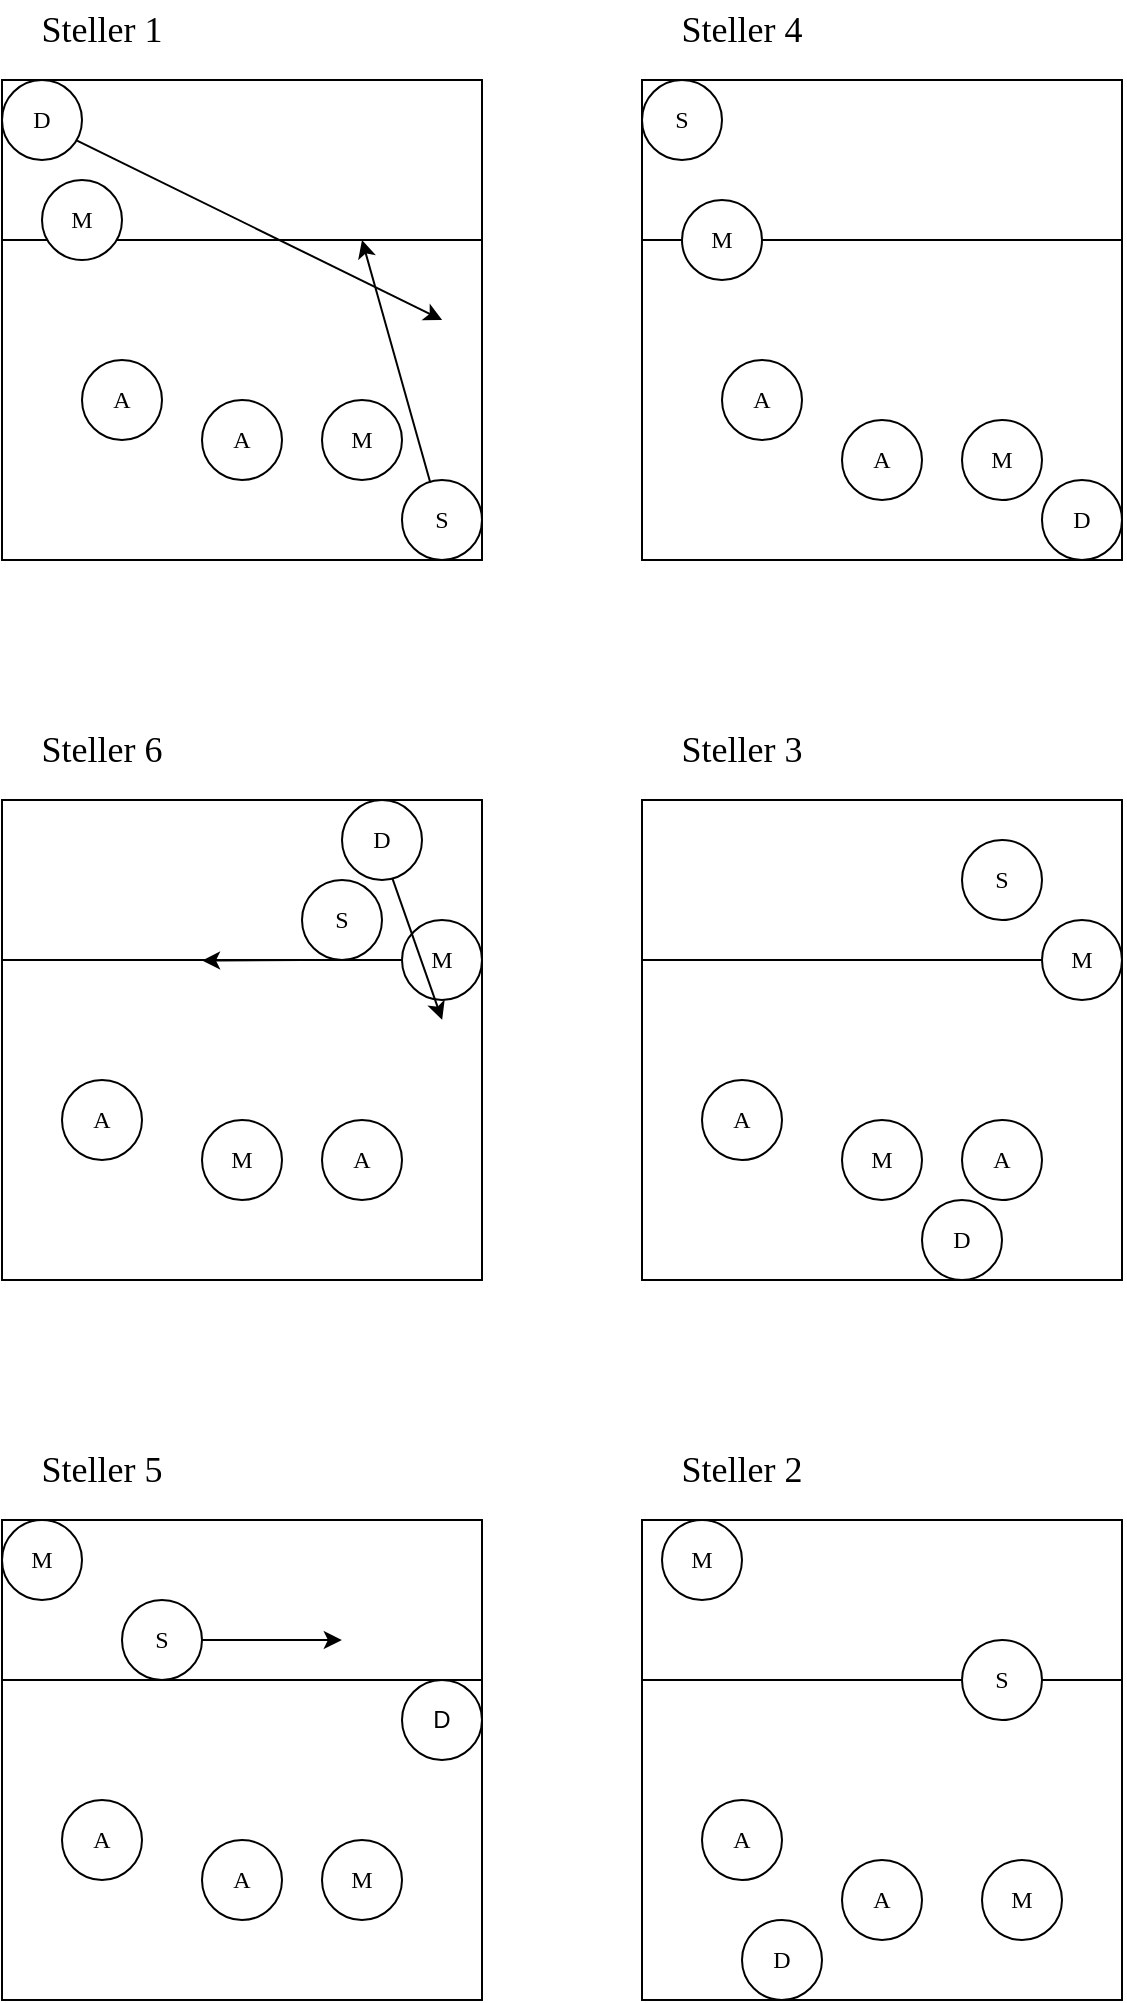
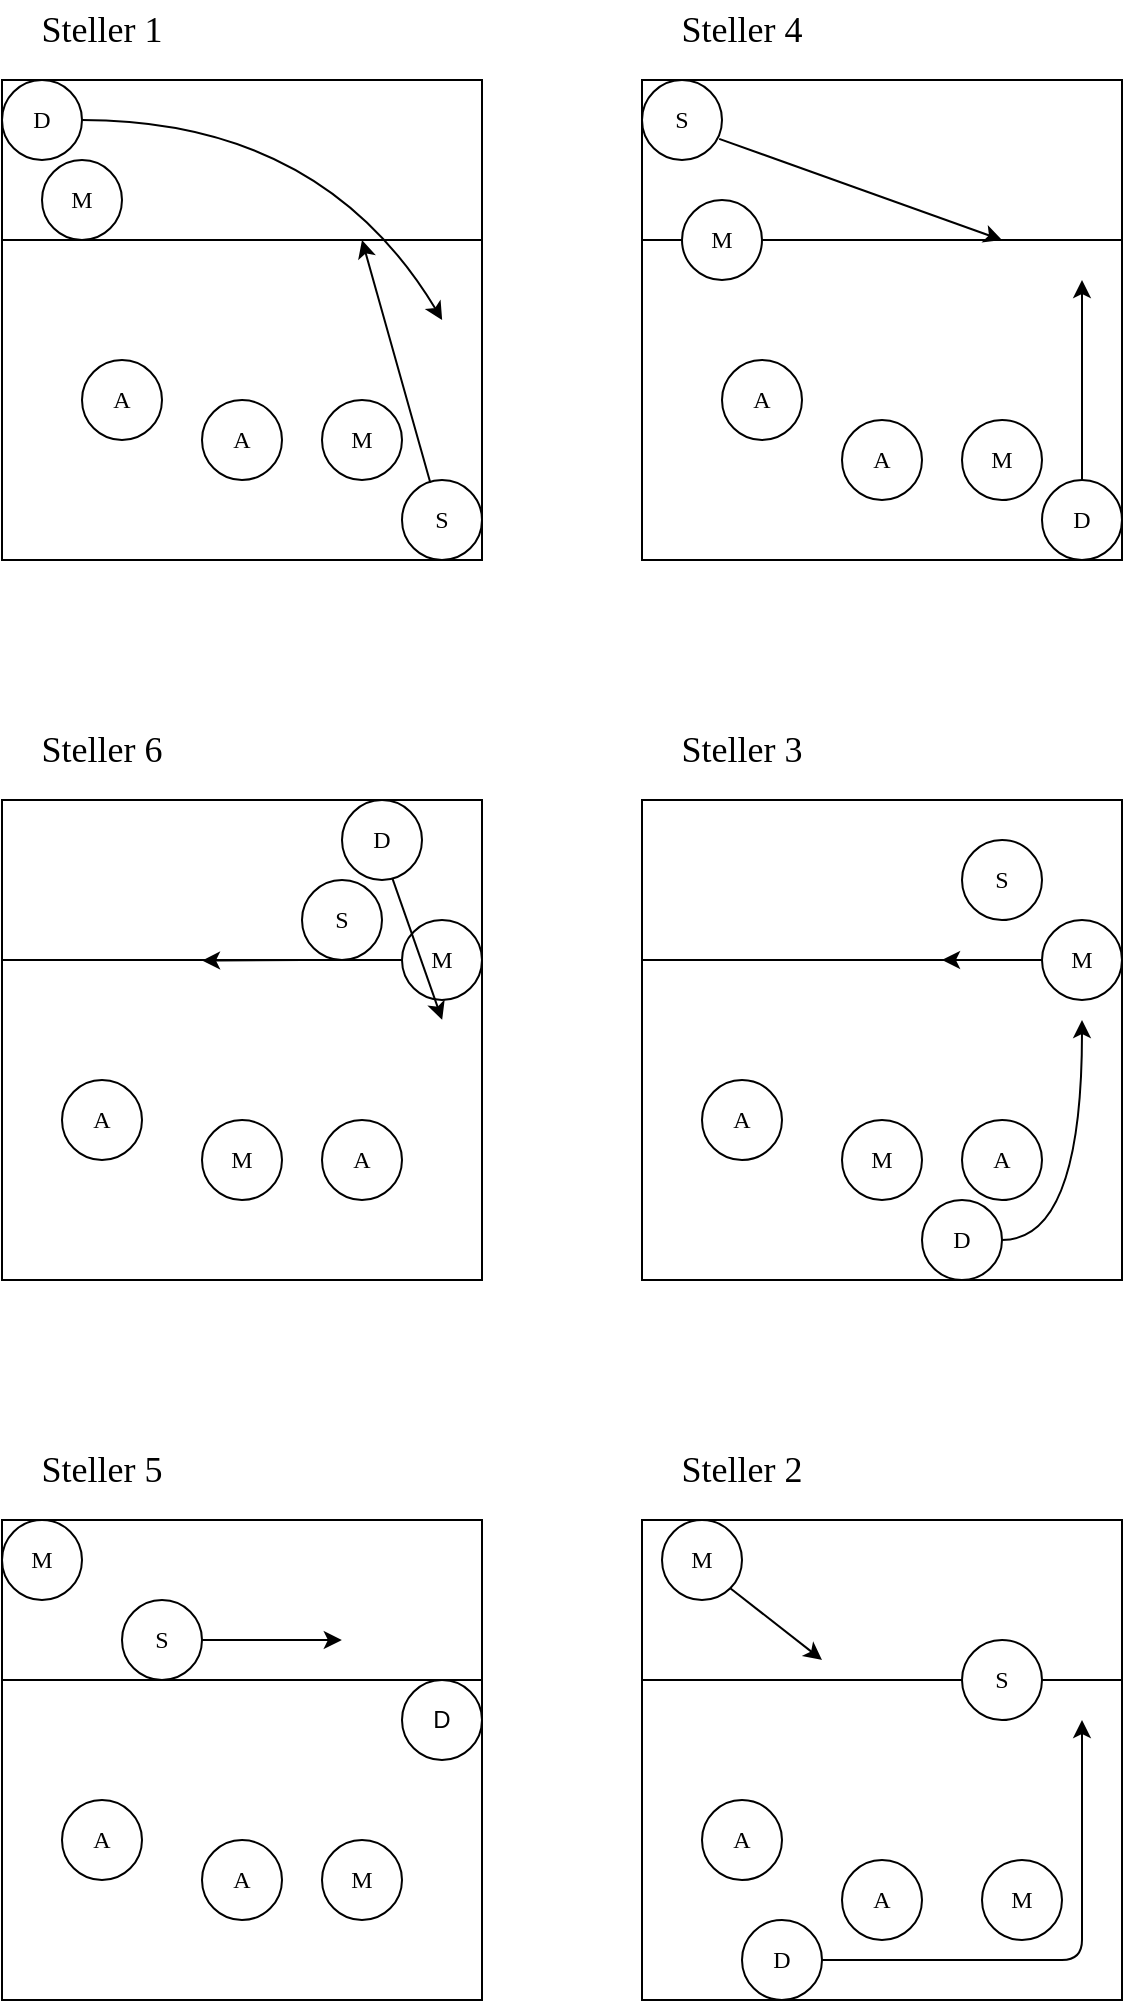
<mxfile host="app.diagrams.net">
  <diagram name="Page-1" id="OZOCQDVCYjE2PKczYgdL">
-     <mxGraphModel dx="1230" dy="669" grid="1" gridSize="10" guides="1" tooltips="1" connect="1" arrows="1" fold="1" page="1" pageScale="1" pageWidth="827" pageHeight="1169" math="0" shadow="0">
+     <mxGraphModel dx="1414" dy="769" grid="1" gridSize="10" guides="1" tooltips="1" connect="1" arrows="1" fold="1" page="1" pageScale="1" pageWidth="827" pageHeight="1169" math="0" shadow="0">
      <root>
        <mxCell id="0" />
        <mxCell id="1" parent="0" />
        <mxCell id="zb2oqQAUZKD-O9AmmNM2-22" connectable="0" parent="1" style="group" value="" vertex="1">
          <mxGeometry height="280" width="240" x="120" y="80" as="geometry" />
        </mxCell>
        <mxCell id="zb2oqQAUZKD-O9AmmNM2-3" connectable="0" parent="zb2oqQAUZKD-O9AmmNM2-22" style="group" value="" vertex="1">
          <mxGeometry height="240" width="240" y="40" as="geometry" />
        </mxCell>
        <mxCell id="zb2oqQAUZKD-O9AmmNM2-1" parent="zb2oqQAUZKD-O9AmmNM2-3" style="rounded=0;whiteSpace=wrap;html=1;" value="" vertex="1">
          <mxGeometry height="240" width="240" as="geometry" />
        </mxCell>
        <mxCell id="zb2oqQAUZKD-O9AmmNM2-2" edge="1" parent="zb2oqQAUZKD-O9AmmNM2-3" style="endArrow=none;html=1;rounded=0;" value="">
          <mxGeometry height="50" relative="1" width="50" as="geometry">
            <mxPoint y="80" as="sourcePoint" />
            <mxPoint x="240" y="80" as="targetPoint" />
          </mxGeometry>
        </mxCell>
        <mxCell id="zb2oqQAUZKD-O9AmmNM2-33" parent="zb2oqQAUZKD-O9AmmNM2-3" style="ellipse;whiteSpace=wrap;html=1;aspect=fixed;" value="&lt;font face=&quot;Fira Code&quot;&gt;S&lt;/font&gt;" vertex="1">
          <mxGeometry height="40" width="40" x="200" y="200" as="geometry" />
        </mxCell>
-         <mxCell id="AQSm3BmQBUWCDuCb71Ed-35" edge="1" parent="zb2oqQAUZKD-O9AmmNM2-3" source="zb2oqQAUZKD-O9AmmNM2-34" style="rounded=0;orthogonalLoop=1;jettySize=auto;html=1;exitX=0.938;exitY=0.757;exitDx=0;exitDy=0;entryX=0.917;entryY=0.5;entryDx=0;entryDy=0;entryPerimeter=0;strokeColor=light-dark(#000000,#97D077);exitPerimeter=0;" target="zb2oqQAUZKD-O9AmmNM2-1">
-           <mxGeometry relative="1" as="geometry">
+         <mxCell id="AQSm3BmQBUWCDuCb71Ed-35" edge="1" parent="zb2oqQAUZKD-O9AmmNM2-3" source="zb2oqQAUZKD-O9AmmNM2-34" style="rounded=0;orthogonalLoop=1;jettySize=auto;html=1;exitX=1;exitY=0.5;exitDx=0;exitDy=0;entryX=0.917;entryY=0.5;entryDx=0;entryDy=0;entryPerimeter=0;strokeColor=light-dark(#000000,#97D077);curved=1;" target="zb2oqQAUZKD-O9AmmNM2-1">
+           <mxGeometry relative="1" as="geometry">
+             <Array as="points">
+               <mxPoint x="160" y="20" />
+             </Array>
            <mxPoint x="220" y="80" as="targetPoint" />
          </mxGeometry>
        </mxCell>
        <mxCell id="zb2oqQAUZKD-O9AmmNM2-34" parent="zb2oqQAUZKD-O9AmmNM2-3" style="ellipse;whiteSpace=wrap;html=1;aspect=fixed;" value="&lt;font face=&quot;Fira Code&quot;&gt;D&lt;/font&gt;" vertex="1">
          <mxGeometry height="40" width="40" as="geometry" />
        </mxCell>
        <mxCell id="zb2oqQAUZKD-O9AmmNM2-38" parent="zb2oqQAUZKD-O9AmmNM2-3" style="ellipse;whiteSpace=wrap;html=1;aspect=fixed;" value="&lt;font face=&quot;Fira Code&quot;&gt;M&lt;/font&gt;" vertex="1">
-           <mxGeometry height="40" width="40" x="20" y="50" as="geometry" />
+           <mxGeometry height="40" width="40" x="20" y="40" as="geometry" />
        </mxCell>
        <mxCell id="zb2oqQAUZKD-O9AmmNM2-35" parent="zb2oqQAUZKD-O9AmmNM2-3" style="ellipse;whiteSpace=wrap;html=1;aspect=fixed;" value="&lt;font face=&quot;Fira Code&quot;&gt;A&lt;/font&gt;" vertex="1">
          <mxGeometry height="40" width="40" x="40" y="140" as="geometry" />
        </mxCell>
        <mxCell id="zb2oqQAUZKD-O9AmmNM2-40" parent="zb2oqQAUZKD-O9AmmNM2-3" style="ellipse;whiteSpace=wrap;html=1;aspect=fixed;" value="&lt;font face=&quot;Fira Code&quot;&gt;A&lt;/font&gt;" vertex="1">
          <mxGeometry height="40" width="40" x="100" y="160" as="geometry" />
        </mxCell>
        <mxCell id="zb2oqQAUZKD-O9AmmNM2-41" parent="zb2oqQAUZKD-O9AmmNM2-3" style="ellipse;whiteSpace=wrap;html=1;aspect=fixed;" value="&lt;font face=&quot;Fira Code&quot;&gt;M&lt;/font&gt;" vertex="1">
          <mxGeometry height="40" width="40" x="160" y="160" as="geometry" />
        </mxCell>
        <mxCell id="zb2oqQAUZKD-O9AmmNM2-21" parent="zb2oqQAUZKD-O9AmmNM2-22" style="text;html=1;whiteSpace=wrap;strokeColor=none;fillColor=none;align=center;verticalAlign=middle;rounded=0;" value="&lt;font face=&quot;Fira Code&quot; style=&quot;font-size: 18px;&quot;&gt;Steller 1&lt;/font&gt;" vertex="1">
          <mxGeometry height="30" width="100" as="geometry" />
        </mxCell>
        <mxCell id="zb2oqQAUZKD-O9AmmNM2-24" connectable="0" parent="1" style="group" value="" vertex="1">
          <mxGeometry height="280" width="240" x="120" y="440" as="geometry" />
        </mxCell>
        <mxCell id="zb2oqQAUZKD-O9AmmNM2-4" connectable="0" parent="zb2oqQAUZKD-O9AmmNM2-24" style="group" value="" vertex="1">
          <mxGeometry height="240" width="240" y="40" as="geometry" />
        </mxCell>
        <mxCell id="zb2oqQAUZKD-O9AmmNM2-5" parent="zb2oqQAUZKD-O9AmmNM2-4" style="rounded=0;whiteSpace=wrap;html=1;" value="" vertex="1">
          <mxGeometry height="240" width="240" as="geometry" />
        </mxCell>
        <mxCell id="zb2oqQAUZKD-O9AmmNM2-6" edge="1" parent="zb2oqQAUZKD-O9AmmNM2-4" style="endArrow=none;html=1;rounded=0;" value="">
          <mxGeometry height="50" relative="1" width="50" as="geometry">
            <mxPoint y="80" as="sourcePoint" />
            <mxPoint x="240" y="80" as="targetPoint" />
          </mxGeometry>
        </mxCell>
        <mxCell id="zb2oqQAUZKD-O9AmmNM2-42" parent="zb2oqQAUZKD-O9AmmNM2-4" style="ellipse;whiteSpace=wrap;html=1;aspect=fixed;" value="&lt;font face=&quot;Fira Code&quot;&gt;S&lt;/font&gt;" vertex="1">
          <mxGeometry height="40" width="40" x="150" y="40" as="geometry" />
        </mxCell>
        <mxCell id="zb2oqQAUZKD-O9AmmNM2-43" parent="zb2oqQAUZKD-O9AmmNM2-4" style="ellipse;whiteSpace=wrap;html=1;aspect=fixed;" value="&lt;font face=&quot;Fira Code&quot;&gt;A&lt;/font&gt;" vertex="1">
          <mxGeometry height="40" width="40" x="160" y="160" as="geometry" />
        </mxCell>
        <mxCell id="zb2oqQAUZKD-O9AmmNM2-44" parent="zb2oqQAUZKD-O9AmmNM2-4" style="ellipse;whiteSpace=wrap;html=1;aspect=fixed;" value="&lt;font face=&quot;Fira Code&quot;&gt;M&lt;/font&gt;" vertex="1">
          <mxGeometry height="40" width="40" x="100" y="160" as="geometry" />
        </mxCell>
        <mxCell id="zb2oqQAUZKD-O9AmmNM2-45" parent="zb2oqQAUZKD-O9AmmNM2-4" style="ellipse;whiteSpace=wrap;html=1;aspect=fixed;" value="&lt;font face=&quot;Fira Code&quot;&gt;A&lt;/font&gt;" vertex="1">
          <mxGeometry height="40" width="40" x="30" y="140" as="geometry" />
        </mxCell>
        <mxCell id="AQSm3BmQBUWCDuCb71Ed-36" edge="1" parent="zb2oqQAUZKD-O9AmmNM2-4" source="zb2oqQAUZKD-O9AmmNM2-46" style="edgeStyle=orthogonalEdgeStyle;rounded=0;orthogonalLoop=1;jettySize=auto;html=1;exitX=0;exitY=0.5;exitDx=0;exitDy=0;fillColor=#60a917;strokeColor=light-dark(#000000,#97D077);">
          <mxGeometry relative="1" as="geometry">
            <mxPoint x="100" y="80.30769230769238" as="targetPoint" />
          </mxGeometry>
        </mxCell>
        <mxCell id="zb2oqQAUZKD-O9AmmNM2-46" parent="zb2oqQAUZKD-O9AmmNM2-4" style="ellipse;whiteSpace=wrap;html=1;aspect=fixed;" value="&lt;font face=&quot;Fira Code&quot;&gt;M&lt;/font&gt;" vertex="1">
          <mxGeometry height="40" width="40" x="200" y="60" as="geometry" />
        </mxCell>
        <mxCell id="zb2oqQAUZKD-O9AmmNM2-47" parent="zb2oqQAUZKD-O9AmmNM2-4" style="ellipse;whiteSpace=wrap;html=1;aspect=fixed;" value="&lt;font face=&quot;Fira Code&quot;&gt;D&lt;/font&gt;" vertex="1">
          <mxGeometry height="40" width="40" x="170" as="geometry" />
        </mxCell>
        <mxCell id="AQSm3BmQBUWCDuCb71Ed-39" edge="1" parent="zb2oqQAUZKD-O9AmmNM2-4" source="zb2oqQAUZKD-O9AmmNM2-47" style="endArrow=classic;html=1;rounded=0;entryX=0.917;entryY=0.458;entryDx=0;entryDy=0;entryPerimeter=0;exitX=0.631;exitY=0.983;exitDx=0;exitDy=0;exitPerimeter=0;strokeColor=light-dark(#000000,#97D077);" target="zb2oqQAUZKD-O9AmmNM2-5" value="">
          <mxGeometry height="50" relative="1" width="50" as="geometry">
            <mxPoint x="190" y="90" as="sourcePoint" />
            <mxPoint x="240" y="40" as="targetPoint" />
          </mxGeometry>
        </mxCell>
        <mxCell id="zb2oqQAUZKD-O9AmmNM2-23" parent="zb2oqQAUZKD-O9AmmNM2-24" style="text;html=1;whiteSpace=wrap;strokeColor=none;fillColor=none;align=center;verticalAlign=middle;rounded=0;" value="&lt;font face=&quot;Fira Code&quot; style=&quot;font-size: 18px;&quot;&gt;Steller 6&lt;/font&gt;" vertex="1">
          <mxGeometry height="30" width="100" as="geometry" />
        </mxCell>
        <mxCell id="zb2oqQAUZKD-O9AmmNM2-26" connectable="0" parent="1" style="group" value="" vertex="1">
          <mxGeometry height="280" width="240" x="120" y="800" as="geometry" />
        </mxCell>
        <mxCell id="zb2oqQAUZKD-O9AmmNM2-7" connectable="0" parent="zb2oqQAUZKD-O9AmmNM2-26" style="group" value="" vertex="1">
          <mxGeometry height="240" width="240" y="40" as="geometry" />
        </mxCell>
        <mxCell id="zb2oqQAUZKD-O9AmmNM2-8" parent="zb2oqQAUZKD-O9AmmNM2-7" style="rounded=0;whiteSpace=wrap;html=1;" value="" vertex="1">
          <mxGeometry height="240" width="240" as="geometry" />
        </mxCell>
        <mxCell id="zb2oqQAUZKD-O9AmmNM2-9" edge="1" parent="zb2oqQAUZKD-O9AmmNM2-7" style="endArrow=none;html=1;rounded=0;" value="">
          <mxGeometry height="50" relative="1" width="50" as="geometry">
            <mxPoint y="80" as="sourcePoint" />
            <mxPoint x="240" y="80" as="targetPoint" />
          </mxGeometry>
        </mxCell>
        <mxCell id="AQSm3BmQBUWCDuCb71Ed-1" parent="zb2oqQAUZKD-O9AmmNM2-7" style="ellipse;whiteSpace=wrap;html=1;aspect=fixed;direction=south;" value="&lt;font face=&quot;Fira Code&quot;&gt;S&lt;/font&gt;" vertex="1">
          <mxGeometry height="40" width="40" x="60" y="40" as="geometry" />
        </mxCell>
        <mxCell id="AQSm3BmQBUWCDuCb71Ed-2" parent="zb2oqQAUZKD-O9AmmNM2-7" style="ellipse;whiteSpace=wrap;html=1;aspect=fixed;" value="&lt;font face=&quot;Fira Code&quot;&gt;M&lt;/font&gt;" vertex="1">
          <mxGeometry height="40" width="40" as="geometry" />
        </mxCell>
        <mxCell id="AQSm3BmQBUWCDuCb71Ed-3" parent="zb2oqQAUZKD-O9AmmNM2-7" style="ellipse;whiteSpace=wrap;html=1;aspect=fixed;" value="&lt;font face=&quot;Fira Code&quot;&gt;M&lt;/font&gt;" vertex="1">
          <mxGeometry height="40" width="40" x="160" y="160" as="geometry" />
        </mxCell>
        <mxCell id="AQSm3BmQBUWCDuCb71Ed-4" parent="zb2oqQAUZKD-O9AmmNM2-7" style="ellipse;whiteSpace=wrap;html=1;aspect=fixed;" value="&lt;font face=&quot;Fira Code&quot;&gt;A&lt;/font&gt;" vertex="1">
          <mxGeometry height="40" width="40" x="100" y="160" as="geometry" />
        </mxCell>
        <mxCell id="AQSm3BmQBUWCDuCb71Ed-5" parent="zb2oqQAUZKD-O9AmmNM2-7" style="ellipse;whiteSpace=wrap;html=1;aspect=fixed;" value="&lt;font face=&quot;Fira Code&quot;&gt;A&lt;/font&gt;" vertex="1">
          <mxGeometry height="40" width="40" x="30" y="140" as="geometry" />
        </mxCell>
        <mxCell id="AQSm3BmQBUWCDuCb71Ed-6" parent="zb2oqQAUZKD-O9AmmNM2-7" style="ellipse;whiteSpace=wrap;html=1;aspect=fixed;" value="D" vertex="1">
          <mxGeometry height="40" width="40" x="200" y="80" as="geometry" />
        </mxCell>
        <mxCell id="AQSm3BmQBUWCDuCb71Ed-41" edge="1" parent="zb2oqQAUZKD-O9AmmNM2-7" source="AQSm3BmQBUWCDuCb71Ed-1" style="endArrow=classic;html=1;rounded=0;exitX=0.5;exitY=0;exitDx=0;exitDy=0;entryX=0.708;entryY=0.25;entryDx=0;entryDy=0;entryPerimeter=0;strokeColor=light-dark(#000000,#97D077);" target="zb2oqQAUZKD-O9AmmNM2-8" value="">
          <mxGeometry height="50" relative="1" width="50" as="geometry">
            <mxPoint y="60" as="sourcePoint" />
            <mxPoint x="170" y="80" as="targetPoint" />
          </mxGeometry>
        </mxCell>
        <mxCell id="zb2oqQAUZKD-O9AmmNM2-25" parent="zb2oqQAUZKD-O9AmmNM2-26" style="text;html=1;whiteSpace=wrap;strokeColor=none;fillColor=none;align=center;verticalAlign=middle;rounded=0;" value="&lt;font face=&quot;Fira Code&quot; style=&quot;font-size: 18px;&quot;&gt;Steller 5&lt;/font&gt;" vertex="1">
          <mxGeometry height="30" width="100" as="geometry" />
        </mxCell>
        <mxCell id="zb2oqQAUZKD-O9AmmNM2-28" connectable="0" parent="1" style="group" value="" vertex="1">
          <mxGeometry height="280" width="240" x="440" y="80" as="geometry" />
        </mxCell>
        <mxCell id="zb2oqQAUZKD-O9AmmNM2-10" connectable="0" parent="zb2oqQAUZKD-O9AmmNM2-28" style="group" value="" vertex="1">
          <mxGeometry height="240" width="240" y="40" as="geometry" />
        </mxCell>
        <mxCell id="zb2oqQAUZKD-O9AmmNM2-11" parent="zb2oqQAUZKD-O9AmmNM2-10" style="rounded=0;whiteSpace=wrap;html=1;" value="" vertex="1">
          <mxGeometry height="240" width="240" as="geometry" />
        </mxCell>
        <mxCell id="zb2oqQAUZKD-O9AmmNM2-12" edge="1" parent="zb2oqQAUZKD-O9AmmNM2-10" style="endArrow=none;html=1;rounded=0;" value="">
          <mxGeometry height="50" relative="1" width="50" as="geometry">
            <mxPoint y="80" as="sourcePoint" />
            <mxPoint x="240" y="80" as="targetPoint" />
          </mxGeometry>
        </mxCell>
        <mxCell id="AQSm3BmQBUWCDuCb71Ed-7" parent="zb2oqQAUZKD-O9AmmNM2-10" style="ellipse;whiteSpace=wrap;html=1;aspect=fixed;" value="&lt;font face=&quot;Fira Code&quot;&gt;S&lt;/font&gt;" vertex="1">
          <mxGeometry height="40" width="40" as="geometry" />
        </mxCell>
        <mxCell id="AQSm3BmQBUWCDuCb71Ed-9" parent="zb2oqQAUZKD-O9AmmNM2-10" style="ellipse;whiteSpace=wrap;html=1;aspect=fixed;" value="&lt;font face=&quot;Fira Code&quot;&gt;D&lt;/font&gt;" vertex="1">
          <mxGeometry height="40" width="40" x="200" y="200" as="geometry" />
        </mxCell>
        <mxCell id="AQSm3BmQBUWCDuCb71Ed-11" parent="zb2oqQAUZKD-O9AmmNM2-10" style="ellipse;whiteSpace=wrap;html=1;aspect=fixed;" value="&lt;font face=&quot;Fira Code&quot;&gt;M&lt;/font&gt;" vertex="1">
          <mxGeometry height="40" width="40" x="20" y="60" as="geometry" />
        </mxCell>
        <mxCell id="AQSm3BmQBUWCDuCb71Ed-12" parent="zb2oqQAUZKD-O9AmmNM2-10" style="ellipse;whiteSpace=wrap;html=1;aspect=fixed;" value="&lt;font face=&quot;Fira Code&quot;&gt;M&lt;/font&gt;" vertex="1">
          <mxGeometry height="40" width="40" x="160" y="170" as="geometry" />
        </mxCell>
        <mxCell id="AQSm3BmQBUWCDuCb71Ed-10" parent="zb2oqQAUZKD-O9AmmNM2-10" style="ellipse;whiteSpace=wrap;html=1;aspect=fixed;" value="&lt;font face=&quot;Fira Code&quot;&gt;A&lt;/font&gt;" vertex="1">
          <mxGeometry height="40" width="40" x="40" y="140" as="geometry" />
        </mxCell>
        <mxCell id="AQSm3BmQBUWCDuCb71Ed-13" parent="zb2oqQAUZKD-O9AmmNM2-10" style="ellipse;whiteSpace=wrap;html=1;aspect=fixed;" value="&lt;font face=&quot;Fira Code&quot;&gt;A&lt;/font&gt;" vertex="1">
          <mxGeometry height="40" width="40" x="100" y="170" as="geometry" />
        </mxCell>
+         <mxCell id="AQSm3BmQBUWCDuCb71Ed-42" edge="1" parent="zb2oqQAUZKD-O9AmmNM2-10" source="AQSm3BmQBUWCDuCb71Ed-9" style="endArrow=classic;html=1;rounded=0;exitX=0.5;exitY=0;exitDx=0;exitDy=0;strokeColor=light-dark(#000000,#97D077);" value="">
+           <mxGeometry height="50" relative="1" width="50" as="geometry">
+             <mxPoint x="-40" y="80" as="sourcePoint" />
+             <mxPoint x="220" y="100" as="targetPoint" />
+           </mxGeometry>
+         </mxCell>
        <mxCell id="zb2oqQAUZKD-O9AmmNM2-27" parent="zb2oqQAUZKD-O9AmmNM2-28" style="text;html=1;whiteSpace=wrap;strokeColor=none;fillColor=none;align=center;verticalAlign=middle;rounded=0;" value="&lt;font face=&quot;Fira Code&quot; style=&quot;font-size: 18px;&quot;&gt;Steller 4&lt;/font&gt;" vertex="1">
          <mxGeometry height="30" width="100" as="geometry" />
        </mxCell>
        <mxCell id="zb2oqQAUZKD-O9AmmNM2-30" connectable="0" parent="1" style="group" value="" vertex="1">
          <mxGeometry height="280" width="240" x="440" y="440" as="geometry" />
        </mxCell>
        <mxCell id="zb2oqQAUZKD-O9AmmNM2-13" connectable="0" parent="zb2oqQAUZKD-O9AmmNM2-30" style="group" value="" vertex="1">
          <mxGeometry height="240" width="240" y="40" as="geometry" />
        </mxCell>
        <mxCell id="zb2oqQAUZKD-O9AmmNM2-14" parent="zb2oqQAUZKD-O9AmmNM2-13" style="rounded=0;whiteSpace=wrap;html=1;" value="" vertex="1">
          <mxGeometry height="240" width="240" as="geometry" />
        </mxCell>
        <mxCell id="zb2oqQAUZKD-O9AmmNM2-15" edge="1" parent="zb2oqQAUZKD-O9AmmNM2-13" style="endArrow=none;html=1;rounded=0;" value="">
          <mxGeometry height="50" relative="1" width="50" as="geometry">
            <mxPoint y="80" as="sourcePoint" />
            <mxPoint x="240" y="80" as="targetPoint" />
          </mxGeometry>
        </mxCell>
        <mxCell id="AQSm3BmQBUWCDuCb71Ed-14" parent="zb2oqQAUZKD-O9AmmNM2-13" style="ellipse;whiteSpace=wrap;html=1;aspect=fixed;" value="&lt;font face=&quot;Fira Code&quot;&gt;S&lt;/font&gt;" vertex="1">
          <mxGeometry height="40" width="40" x="160" y="20" as="geometry" />
        </mxCell>
        <mxCell id="AQSm3BmQBUWCDuCb71Ed-15" parent="zb2oqQAUZKD-O9AmmNM2-13" style="ellipse;whiteSpace=wrap;html=1;aspect=fixed;" value="&lt;font face=&quot;Fira Code&quot;&gt;D&lt;/font&gt;" vertex="1">
          <mxGeometry height="40" width="40" x="140" y="200" as="geometry" />
        </mxCell>
        <mxCell id="AQSm3BmQBUWCDuCb71Ed-16" parent="zb2oqQAUZKD-O9AmmNM2-13" style="ellipse;whiteSpace=wrap;html=1;aspect=fixed;" value="&lt;font face=&quot;Fira Code&quot;&gt;A&lt;/font&gt;" vertex="1">
          <mxGeometry height="40" width="40" x="160" y="160" as="geometry" />
        </mxCell>
        <mxCell id="AQSm3BmQBUWCDuCb71Ed-17" parent="zb2oqQAUZKD-O9AmmNM2-13" style="ellipse;whiteSpace=wrap;html=1;aspect=fixed;" value="&lt;font face=&quot;Fira Code&quot;&gt;M&lt;/font&gt;" vertex="1">
          <mxGeometry height="40" width="40" x="100" y="160" as="geometry" />
        </mxCell>
+         <mxCell id="AQSm3BmQBUWCDuCb71Ed-46" edge="1" parent="zb2oqQAUZKD-O9AmmNM2-13" source="AQSm3BmQBUWCDuCb71Ed-18" style="edgeStyle=orthogonalEdgeStyle;rounded=0;orthogonalLoop=1;jettySize=auto;html=1;strokeColor=light-dark(#000000,#97D077);">
+           <mxGeometry relative="1" as="geometry">
+             <mxPoint x="150" y="80" as="targetPoint" />
+           </mxGeometry>
+         </mxCell>
        <mxCell id="AQSm3BmQBUWCDuCb71Ed-18" parent="zb2oqQAUZKD-O9AmmNM2-13" style="ellipse;whiteSpace=wrap;html=1;aspect=fixed;" value="&lt;font face=&quot;Fira Code&quot;&gt;M&lt;/font&gt;" vertex="1">
          <mxGeometry height="40" width="40" x="200" y="60" as="geometry" />
        </mxCell>
        <mxCell id="AQSm3BmQBUWCDuCb71Ed-20" parent="zb2oqQAUZKD-O9AmmNM2-13" style="ellipse;whiteSpace=wrap;html=1;aspect=fixed;" value="&lt;font face=&quot;Fira Code&quot;&gt;A&lt;/font&gt;" vertex="1">
          <mxGeometry height="40" width="40" x="30" y="140" as="geometry" />
        </mxCell>
+         <mxCell id="AQSm3BmQBUWCDuCb71Ed-44" edge="1" parent="zb2oqQAUZKD-O9AmmNM2-13" style="endArrow=classic;html=1;rounded=0;edgeStyle=orthogonalEdgeStyle;curved=1;strokeColor=light-dark(#000000,#97D077);" value="">
+           <mxGeometry height="50" relative="1" width="50" as="geometry">
+             <Array as="points">
+               <mxPoint x="220" y="220" />
+             </Array>
+             <mxPoint x="180" y="220" as="sourcePoint" />
+             <mxPoint x="220" y="110" as="targetPoint" />
+           </mxGeometry>
+         </mxCell>
        <mxCell id="zb2oqQAUZKD-O9AmmNM2-29" parent="zb2oqQAUZKD-O9AmmNM2-30" style="text;html=1;whiteSpace=wrap;strokeColor=none;fillColor=none;align=center;verticalAlign=middle;rounded=0;" value="&lt;font face=&quot;Fira Code&quot; style=&quot;font-size: 18px;&quot;&gt;Steller 3&lt;/font&gt;" vertex="1">
          <mxGeometry height="30" width="100" as="geometry" />
        </mxCell>
        <mxCell id="zb2oqQAUZKD-O9AmmNM2-32" connectable="0" parent="1" style="group" value="" vertex="1">
          <mxGeometry height="280" width="240" x="440" y="800" as="geometry" />
        </mxCell>
        <mxCell id="zb2oqQAUZKD-O9AmmNM2-16" connectable="0" parent="zb2oqQAUZKD-O9AmmNM2-32" style="group" value="" vertex="1">
          <mxGeometry height="240" width="240" y="40" as="geometry" />
        </mxCell>
        <mxCell id="zb2oqQAUZKD-O9AmmNM2-17" parent="zb2oqQAUZKD-O9AmmNM2-16" style="rounded=0;whiteSpace=wrap;html=1;" value="" vertex="1">
          <mxGeometry height="240" width="240" as="geometry" />
        </mxCell>
        <mxCell id="zb2oqQAUZKD-O9AmmNM2-18" edge="1" parent="zb2oqQAUZKD-O9AmmNM2-16" style="endArrow=none;html=1;rounded=0;" value="">
          <mxGeometry height="50" relative="1" width="50" as="geometry">
            <mxPoint y="80" as="sourcePoint" />
            <mxPoint x="240" y="80" as="targetPoint" />
          </mxGeometry>
        </mxCell>
        <mxCell id="AQSm3BmQBUWCDuCb71Ed-26" parent="zb2oqQAUZKD-O9AmmNM2-16" style="ellipse;whiteSpace=wrap;html=1;aspect=fixed;" value="&lt;font face=&quot;Fira Code&quot;&gt;S&lt;/font&gt;" vertex="1">
          <mxGeometry height="40" width="40" x="160" y="60" as="geometry" />
        </mxCell>
        <mxCell id="AQSm3BmQBUWCDuCb71Ed-28" parent="zb2oqQAUZKD-O9AmmNM2-16" style="ellipse;whiteSpace=wrap;html=1;aspect=fixed;" value="&lt;font face=&quot;Fira Code&quot;&gt;M&lt;/font&gt;" vertex="1">
          <mxGeometry height="40" width="40" x="170" y="170" as="geometry" />
        </mxCell>
+         <mxCell id="AQSm3BmQBUWCDuCb71Ed-49" edge="1" parent="zb2oqQAUZKD-O9AmmNM2-16" source="AQSm3BmQBUWCDuCb71Ed-29" style="edgeStyle=orthogonalEdgeStyle;rounded=1;orthogonalLoop=1;jettySize=auto;html=1;curved=0;strokeColor=light-dark(#000000,#97D077);">
+           <mxGeometry relative="1" as="geometry">
+             <Array as="points">
+               <mxPoint x="220" y="220" />
+             </Array>
+             <mxPoint x="220" y="100" as="targetPoint" />
+           </mxGeometry>
+         </mxCell>
        <mxCell id="AQSm3BmQBUWCDuCb71Ed-29" parent="zb2oqQAUZKD-O9AmmNM2-16" style="ellipse;whiteSpace=wrap;html=1;aspect=fixed;" value="&lt;font face=&quot;Fira Code&quot;&gt;D&lt;/font&gt;" vertex="1">
          <mxGeometry height="40" width="40" x="50" y="200" as="geometry" />
        </mxCell>
        <mxCell id="AQSm3BmQBUWCDuCb71Ed-30" parent="zb2oqQAUZKD-O9AmmNM2-16" style="ellipse;whiteSpace=wrap;html=1;aspect=fixed;" value="&lt;font face=&quot;Fira Code&quot;&gt;A&lt;/font&gt;" vertex="1">
          <mxGeometry height="40" width="40" x="100" y="170" as="geometry" />
        </mxCell>
        <mxCell id="AQSm3BmQBUWCDuCb71Ed-31" parent="zb2oqQAUZKD-O9AmmNM2-16" style="ellipse;whiteSpace=wrap;html=1;aspect=fixed;" value="&lt;font face=&quot;Fira Code&quot;&gt;A&lt;/font&gt;" vertex="1">
          <mxGeometry height="40" width="40" x="30" y="140" as="geometry" />
        </mxCell>
        <mxCell id="AQSm3BmQBUWCDuCb71Ed-33" parent="zb2oqQAUZKD-O9AmmNM2-16" style="ellipse;whiteSpace=wrap;html=1;aspect=fixed;" value="&lt;font face=&quot;Fira Code&quot;&gt;M&lt;/font&gt;" vertex="1">
          <mxGeometry height="40" width="40" x="10" as="geometry" />
        </mxCell>
        <mxCell id="zb2oqQAUZKD-O9AmmNM2-31" parent="zb2oqQAUZKD-O9AmmNM2-32" style="text;html=1;whiteSpace=wrap;strokeColor=none;fillColor=none;align=center;verticalAlign=middle;rounded=0;" value="&lt;font face=&quot;Fira Code&quot; style=&quot;font-size: 18px;&quot;&gt;Steller 2&lt;/font&gt;" vertex="1">
          <mxGeometry height="30" width="100" as="geometry" />
        </mxCell>
        <mxCell id="AQSm3BmQBUWCDuCb71Ed-34" edge="1" parent="1" source="zb2oqQAUZKD-O9AmmNM2-33" style="endArrow=classic;html=1;rounded=0;exitX=0.354;exitY=0.034;exitDx=0;exitDy=0;strokeColor=light-dark(#000000,#97D077);exitPerimeter=0;" value="">
          <mxGeometry height="50" relative="1" width="50" as="geometry">
            <mxPoint x="40" y="420" as="sourcePoint" />
            <mxPoint x="300" y="200" as="targetPoint" />
+           </mxGeometry>
+         </mxCell>
+         <mxCell id="AQSm3BmQBUWCDuCb71Ed-43" edge="1" parent="1" source="AQSm3BmQBUWCDuCb71Ed-7" style="endArrow=classic;html=1;rounded=0;exitX=0.965;exitY=0.736;exitDx=0;exitDy=0;exitPerimeter=0;strokeColor=light-dark(#000000,#97D077);" value="">
+           <mxGeometry height="50" relative="1" width="50" as="geometry">
+             <mxPoint x="470" y="260" as="sourcePoint" />
+             <mxPoint x="620" y="200" as="targetPoint" />
+           </mxGeometry>
+         </mxCell>
+         <mxCell id="AQSm3BmQBUWCDuCb71Ed-48" edge="1" parent="1" source="AQSm3BmQBUWCDuCb71Ed-33" style="endArrow=classic;html=1;rounded=0;exitX=1;exitY=1;exitDx=0;exitDy=0;strokeColor=light-dark(#000000,#97D077);" value="">
+           <mxGeometry height="50" relative="1" width="50" as="geometry">
+             <mxPoint x="480" y="960" as="sourcePoint" />
+             <mxPoint x="530" y="910" as="targetPoint" />
          </mxGeometry>
        </mxCell>
      </root>
    </mxGraphModel>
  </diagram>
</mxfile>
